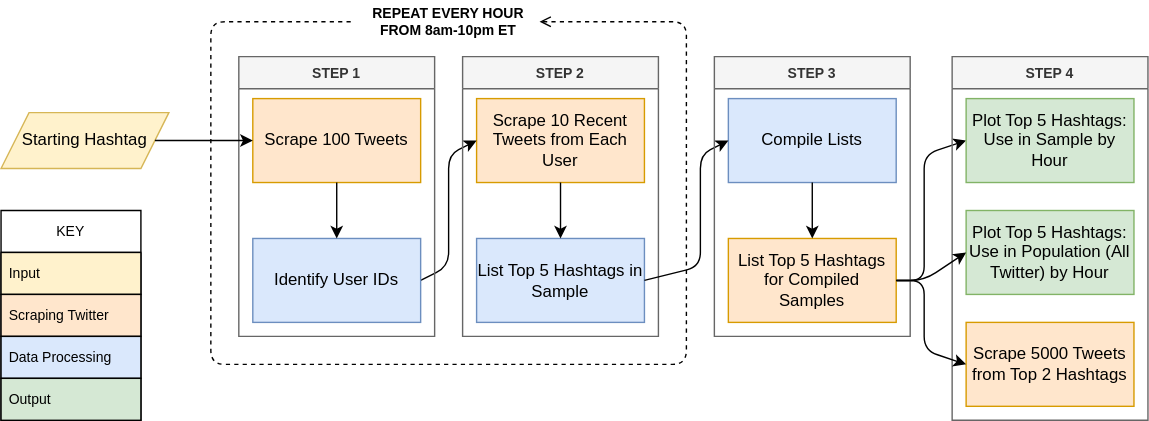
tmills107/PopHashtagIdentify keeps this draw.io diagram as auotmation_diagram.drawio.svg. Above is the earlier version. Source tidied: cells renumbered, new cells last; positions are measured from the earlier drawing's top-left corner, leaving out a move shared by most shapes.
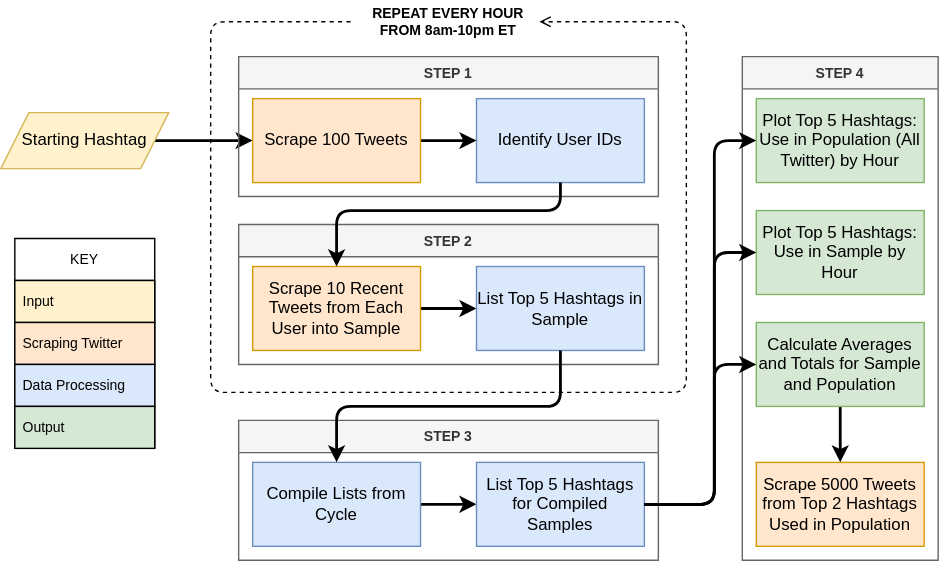
After the commit.

Diff of the diagram source:
```diff
@@ -2,119 +2,76 @@
   <root>
     <mxCell id="0" />
     <mxCell id="1" parent="0" />
-    <mxCell id="2" style="group;" parent="1" vertex="1">
-      <mxGeometry width="820" height="300" as="geometry" />
-    </mxCell>
+    <mxCell id="34" style="edgeStyle=none;html=1;exitX=1;exitY=0.5;exitDx=0;exitDy=0;entryX=0;entryY=0.5;entryDx=0;entryDy=0;strokeWidth=2;" parent="1" edge="1" source="3" target="5">
+      <mxGeometry relative="1" as="geometry" />
+    </mxCell>
-    <mxCell id="3" value="Starting Hashtag" style="shape=parallelogram;perimeter=parallelogramPerimeter;whiteSpace=wrap;html=1;fixedSize=1;rounded=0;fillColor=#fff2cc;strokeColor=#d6b656;" parent="2" vertex="1">
+    <mxCell id="3" value="Starting Hashtag" style="shape=parallelogram;perimeter=parallelogramPerimeter;whiteSpace=wrap;html=1;fixedSize=1;rounded=0;fillColor=#fff2cc;strokeColor=#d6b656;" parent="1" vertex="1">
       <mxGeometry y="80" width="120" height="40" as="geometry" />
     </mxCell>
-    <mxCell id="4" style="group;rounded=0;" parent="2" vertex="1">
-      <mxGeometry x="180" y="70" width="280" height="180" as="geometry" />
-    </mxCell>
-    <mxCell id="5" value="Scrape 100 Tweets" style="whiteSpace=wrap;html=1;rounded=0;fillColor=#ffe6cc;strokeColor=#d79b00;" parent="4" vertex="1">
-      <mxGeometry width="120" height="60" as="geometry" />
-    </mxCell>
+    <mxCell id="12" value="STEP 1" style="swimlane;fillColor=#f5f5f5;rounded=0;strokeColor=#666666;fontSize=10;fontColor=#333333;" parent="1" vertex="1">
+      <mxGeometry x="170" y="40" width="300" height="100" as="geometry" />
+    </mxCell>
+    <mxCell id="10" value="Identify User IDs&amp;nbsp;" style="whiteSpace=wrap;html=1;rounded=0;fillColor=#dae8fc;strokeColor=#6c8ebf;" parent="12" vertex="1">
+      <mxGeometry x="170" y="30" width="120" height="60" as="geometry" />
+    </mxCell>
+    <mxCell id="13" value="STEP 2" style="swimlane;fillColor=#f5f5f5;rounded=0;strokeColor=#666666;fontSize=10;fontColor=#333333;" parent="1" vertex="1">
+      <mxGeometry x="170" y="160" width="300" height="100" as="geometry" />
+    </mxCell>
+    <mxCell id="8" style="edgeStyle=none;html=1;exitX=1;exitY=0.5;exitDx=0;exitDy=0;entryX=0;entryY=0.5;entryDx=0;entryDy=0;strokeWidth=2;" parent="13" edge="1" source="6" target="7">
+      <mxGeometry relative="1" as="geometry" />
+    </mxCell>
-    <mxCell id="6" value="Scrape 10 Recent Tweets from Each User" style="whiteSpace=wrap;html=1;rounded=0;fillColor=#ffe6cc;strokeColor=#d79b00;" parent="4" vertex="1">
-      <mxGeometry x="160" width="120" height="60" as="geometry" />
+    <mxCell id="6" value="Scrape 10 Recent Tweets from Each User into Sample" style="whiteSpace=wrap;html=1;rounded=0;fillColor=#ffe6cc;strokeColor=#d79b00;" parent="13" vertex="1">
+      <mxGeometry x="10" y="30" width="120" height="60" as="geometry" />
     </mxCell>
-    <mxCell id="7" value="List Top 5 Hashtags in Sample" style="whiteSpace=wrap;html=1;rounded=0;fillColor=#dae8fc;strokeColor=#6c8ebf;" parent="4" vertex="1">
-      <mxGeometry x="160" y="100" width="120" height="60" as="geometry" />
+    <mxCell id="7" value="List Top 5 Hashtags in Sample" style="whiteSpace=wrap;html=1;rounded=0;fillColor=#dae8fc;strokeColor=#6c8ebf;" parent="13" vertex="1">
+      <mxGeometry x="170" y="30" width="120" height="60" as="geometry" />
     </mxCell>
-    <mxCell id="8" style="edgeStyle=none;html=1;rounded=0;" parent="4" edge="1" source="6" target="7">
-      <mxGeometry relative="1" as="geometry" />
-    </mxCell>
-    <mxCell id="9" style="edgeStyle=none;html=1;exitX=1;exitY=0.5;exitDx=0;exitDy=0;entryX=0;entryY=0.5;entryDx=0;entryDy=0;fontSize=10;" parent="4" edge="1" source="10" target="6">
-      <mxGeometry relative="1" as="geometry">
-        <Array as="points">
-          <mxPoint x="140" y="120" />
-          <mxPoint x="140" y="40" />
-        </Array>
-      </mxGeometry>
-    </mxCell>
-    <mxCell id="10" value="Identify User IDs&amp;nbsp;" style="whiteSpace=wrap;html=1;rounded=0;fillColor=#dae8fc;strokeColor=#6c8ebf;" parent="4" vertex="1">
-      <mxGeometry y="100" width="120" height="60" as="geometry" />
-    </mxCell>
-    <mxCell id="11" style="edgeStyle=none;html=1;rounded=0;" parent="4" edge="1" source="5" target="10">
-      <mxGeometry relative="1" as="geometry" />
-    </mxCell>
-    <mxCell id="12" value="STEP 1" style="swimlane;fillColor=#f5f5f5;rounded=0;strokeColor=#666666;fontSize=10;fontColor=#333333;" parent="2" vertex="1">
-      <mxGeometry x="170" y="40" width="140" height="200" as="geometry" />
-    </mxCell>
-    <mxCell id="13" value="STEP 2" style="swimlane;fillColor=#f5f5f5;rounded=0;strokeColor=#666666;fontSize=10;fontColor=#333333;" parent="2" vertex="1">
-      <mxGeometry x="330" y="40" width="140" height="200" as="geometry" />
-    </mxCell>
-    <mxCell id="14" style="edgeStyle=none;html=1;fontSize=10;entryX=1;entryY=0.5;entryDx=0;entryDy=0;dashed=1;endArrow=open;endFill=0;" parent="2" edge="1" target="15">
+    <mxCell id="14" style="edgeStyle=none;html=1;fontSize=10;entryX=1;entryY=0.5;entryDx=0;entryDy=0;dashed=1;endArrow=open;endFill=0;" parent="1" edge="1" target="15">
       <mxGeometry relative="1" as="geometry">
         <mxPoint x="250" y="15" as="sourcePoint" />
         <Array as="points">
           <mxPoint x="150" y="15" />
-          <mxPoint x="150" y="260" />
-          <mxPoint x="490" y="260" />
+          <mxPoint x="150" y="280" />
+          <mxPoint x="490" y="280" />
           <mxPoint x="490" y="15" />
         </Array>
       </mxGeometry>
     </mxCell>
-    <mxCell id="15" value="&lt;b&gt;REPEAT EVERY HOUR FROM 8am-10pm ET&lt;/b&gt;" style="text;html=1;strokeColor=none;fillColor=none;align=center;verticalAlign=middle;whiteSpace=wrap;rounded=0;fontSize=10;" parent="2" vertex="1">
+    <mxCell id="15" value="&lt;b&gt;REPEAT EVERY HOUR FROM 8am-10pm ET&lt;/b&gt;" style="text;html=1;strokeColor=none;fillColor=none;align=center;verticalAlign=middle;whiteSpace=wrap;rounded=0;fontSize=10;" parent="1" vertex="1">
       <mxGeometry x="255" width="130" height="30" as="geometry" />
     </mxCell>
+    <mxCell id="21" value="STEP 3" style="swimlane;fillColor=#f5f5f5;rounded=0;strokeColor=#666666;fontSize=10;fontColor=#333333;" parent="1" vertex="1">
+      <mxGeometry x="170" y="300" width="300" height="100" as="geometry" />
+    </mxCell>
+    <mxCell id="20" style="edgeStyle=none;html=1;exitX=1;exitY=0.5;exitDx=0;exitDy=0;entryX=0;entryY=0.5;entryDx=0;entryDy=0;strokeWidth=2;" parent="21" edge="1" source="16" target="19">
+      <mxGeometry relative="1" as="geometry" />
+    </mxCell>
-    <mxCell id="16" value="Compile Lists" style="whiteSpace=wrap;html=1;rounded=0;fillColor=#dae8fc;strokeColor=#6c8ebf;" parent="2" vertex="1">
-      <mxGeometry x="520" y="70" width="120" height="60" as="geometry" />
+    <mxCell id="16" value="Compile Lists from Cycle" style="whiteSpace=wrap;html=1;rounded=0;fillColor=#dae8fc;strokeColor=#6c8ebf;" parent="21" vertex="1">
+      <mxGeometry x="10" y="30" width="120" height="60" as="geometry" />
     </mxCell>
-    <mxCell id="17" style="edgeStyle=none;html=1;exitX=1;exitY=0.5;exitDx=0;exitDy=0;entryX=0;entryY=0.5;entryDx=0;entryDy=0;fontSize=10;" parent="2" edge="1" source="7" target="16">
-      <mxGeometry relative="1" as="geometry">
-        <Array as="points">
-          <mxPoint x="500" y="190" />
-          <mxPoint x="500" y="110" />
-        </Array>
-      </mxGeometry>
-    </mxCell>
-    <mxCell id="18" style="edgeStyle=none;html=1;entryX=0;entryY=0.5;entryDx=0;entryDy=0;fontSize=10;endArrow=classic;endFill=1;elbow=vertical;" parent="2" edge="1" target="22">
-      <mxGeometry relative="1" as="geometry">
-        <mxPoint x="640" y="200" as="sourcePoint" />
-        <Array as="points">
-          <mxPoint x="660" y="200" />
-          <mxPoint x="660" y="110" />
-        </Array>
-      </mxGeometry>
-    </mxCell>
-    <mxCell id="19" value="List Top 5 Hashtags for Compiled Samples" style="whiteSpace=wrap;html=1;rounded=0;fillColor=#ffe6cc;strokeColor=#d79b00;" parent="2" vertex="1">
-      <mxGeometry x="520" y="170" width="120" height="60" as="geometry" />
+    <mxCell id="19" value="List Top 5 Hashtags for Compiled Samples" style="whiteSpace=wrap;html=1;rounded=0;fillColor=#dae8fc;strokeColor=#6c8ebf;" parent="21" vertex="1">
+      <mxGeometry x="170" y="30" width="120" height="60" as="geometry" />
     </mxCell>
-    <mxCell id="20" style="html=1;exitX=0.5;exitY=1;exitDx=0;exitDy=0;entryX=0.5;entryY=0;entryDx=0;entryDy=0;fontSize=10;endArrow=classic;endFill=1;elbow=vertical;" parent="2" edge="1" source="16" target="19">
-      <mxGeometry relative="1" as="geometry" />
-    </mxCell>
-    <mxCell id="21" value="STEP 3" style="swimlane;fillColor=#f5f5f5;rounded=0;strokeColor=#666666;fontSize=10;fontColor=#333333;" parent="2" vertex="1">
-      <mxGeometry x="510" y="40" width="140" height="200" as="geometry" />
-    </mxCell>
-    <mxCell id="22" value="Plot Top 5 Hashtags: Use in Sample by Hour" style="whiteSpace=wrap;html=1;rounded=0;fillColor=#d5e8d4;strokeColor=#82b366;" parent="2" vertex="1">
-      <mxGeometry x="690" y="70" width="120" height="60" as="geometry" />
-    </mxCell>
-    <mxCell id="23" value="STEP 4" style="swimlane;fillColor=#f5f5f5;rounded=0;strokeColor=#666666;fontSize=10;fontColor=#333333;" parent="2" vertex="1">
-      <mxGeometry x="680" y="40" width="140" height="260" as="geometry" />
+    <mxCell id="23" value="STEP 4" style="swimlane;fillColor=#f5f5f5;rounded=0;strokeColor=#666666;fontSize=10;fontColor=#333333;" parent="1" vertex="1">
+      <mxGeometry x="530" y="40" width="140" height="360" as="geometry" />
     </mxCell>
-    <mxCell id="24" value="Scrape 5000 Tweets from Top 2 Hashtags" style="whiteSpace=wrap;html=1;rounded=0;fillColor=#ffe6cc;strokeColor=#d79b00;" parent="23" vertex="1">
-      <mxGeometry x="10" y="190" width="120" height="60" as="geometry" />
+    <mxCell id="24" value="Scrape 5000 Tweets from Top 2 Hashtags Used in Population" style="whiteSpace=wrap;html=1;rounded=0;fillColor=#ffe6cc;strokeColor=#d79b00;" parent="23" vertex="1">
+      <mxGeometry x="10" y="290" width="120" height="60" as="geometry" />
     </mxCell>
     <mxCell id="25" value="Plot Top 5 Hashtags:&lt;br&gt;Use in Population (All Twitter) by Hour&amp;nbsp;" style="whiteSpace=wrap;html=1;rounded=0;fillColor=#d5e8d4;strokeColor=#82b366;" parent="23" vertex="1">
-      <mxGeometry x="10" y="110" width="120" height="60" as="geometry" />
+      <mxGeometry x="10" y="30" width="120" height="60" as="geometry" />
     </mxCell>
-    <mxCell id="26" style="edgeStyle=none;html=1;exitX=1;exitY=0.5;exitDx=0;exitDy=0;entryX=0;entryY=0.5;entryDx=0;entryDy=0;fontSize=10;endArrow=classic;endFill=1;elbow=vertical;" parent="2" edge="1" source="19" target="24">
-      <mxGeometry relative="1" as="geometry">
-        <Array as="points">
-          <mxPoint x="660" y="200" />
-          <mxPoint x="660" y="250" />
-        </Array>
-      </mxGeometry>
-    </mxCell>
-    <mxCell id="27" style="edgeStyle=none;html=1;exitX=1;exitY=0.5;exitDx=0;exitDy=0;entryX=0;entryY=0.5;entryDx=0;entryDy=0;fontSize=10;endArrow=classic;endFill=1;elbow=vertical;" parent="2" edge="1" source="19" target="25">
-      <mxGeometry relative="1" as="geometry">
-        <Array as="points">
-          <mxPoint x="660" y="200" />
-        </Array>
-      </mxGeometry>
-    </mxCell>
+    <mxCell id="22" value="Plot Top 5 Hashtags: Use in Sample by Hour" style="whiteSpace=wrap;html=1;rounded=0;fillColor=#d5e8d4;strokeColor=#82b366;" parent="23" vertex="1">
+      <mxGeometry x="10" y="110" width="120" height="60" as="geometry" />
+    </mxCell>
+    <mxCell id="35" style="edgeStyle=none;html=1;exitX=0.5;exitY=1;exitDx=0;exitDy=0;entryX=0.5;entryY=0;entryDx=0;entryDy=0;strokeWidth=2;" parent="23" edge="1" source="36" target="24">
+      <mxGeometry relative="1" as="geometry" />
+    </mxCell>
+    <mxCell id="36" value="Calculate Averages and Totals for Sample and Population&amp;nbsp;" style="whiteSpace=wrap;html=1;rounded=0;fillColor=#d5e8d4;strokeColor=#82b366;" parent="23" vertex="1">
+      <mxGeometry x="10" y="190" width="120" height="60" as="geometry" />
+    </mxCell>
-    <mxCell id="28" value="KEY" style="swimlane;fontStyle=0;horizontal=1;startSize=30;rounded=0;fontSize=10;fillColor=none;strokeColor=#000000;" parent="2" vertex="1">
-      <mxGeometry y="150" width="100" height="150" as="geometry" />
+    <mxCell id="28" value="KEY" style="swimlane;fontStyle=0;horizontal=1;startSize=30;rounded=0;fontSize=10;fillColor=none;strokeColor=#000000;" parent="1" vertex="1">
+      <mxGeometry x="10" y="170" width="100" height="150" as="geometry" />
     </mxCell>
     <mxCell id="29" value="Input " style="text;strokeColor=default;fillColor=#fff2cc;align=left;verticalAlign=middle;spacingLeft=4;spacingRight=4;overflow=hidden;rounded=0;fontSize=10;" parent="28" vertex="1">
       <mxGeometry y="30" width="100" height="30" as="geometry" />
@@ -128,10 +85,51 @@
     <mxCell id="32" value="Output" style="text;strokeColor=#000000;fillColor=#d5e8d4;align=left;verticalAlign=middle;spacingLeft=4;spacingRight=4;overflow=hidden;rounded=0;fontSize=10;" parent="28" vertex="1">
       <mxGeometry y="120" width="100" height="30" as="geometry" />
     </mxCell>
-    <mxCell id="33" style="edgeStyle=none;html=1;exitX=1;exitY=0.5;exitDx=0;exitDy=0;fontSize=10;endArrow=classic;endFill=1;elbow=vertical;" parent="1" edge="1" source="3">
-      <mxGeometry relative="1" as="geometry">
-        <mxPoint x="180" y="100" as="targetPoint" />
-      </mxGeometry>
-    </mxCell>
+    <mxCell id="11" style="edgeStyle=none;html=1;exitX=1;exitY=0.5;exitDx=0;exitDy=0;entryX=0;entryY=0.5;entryDx=0;entryDy=0;strokeWidth=2;" parent="1" edge="1" source="5" target="10">
+      <mxGeometry relative="1" as="geometry" />
+    </mxCell>
+    <mxCell id="5" value="Scrape 100 Tweets" style="whiteSpace=wrap;html=1;rounded=0;fillColor=#ffe6cc;strokeColor=#d79b00;" parent="1" vertex="1">
+      <mxGeometry x="180" y="70" width="120" height="60" as="geometry" />
+    </mxCell>
+    <mxCell id="9" style="edgeStyle=none;html=1;exitX=0.5;exitY=1;exitDx=0;exitDy=0;entryX=0.5;entryY=0;entryDx=0;entryDy=0;strokeWidth=2;" parent="1" edge="1" source="10" target="6">
+      <mxGeometry relative="1" as="geometry">
+        <Array as="points">
+          <mxPoint x="400" y="150" />
+          <mxPoint x="240" y="150" />
+        </Array>
+      </mxGeometry>
+    </mxCell>
+    <mxCell id="17" style="edgeStyle=none;html=1;exitX=0.5;exitY=1;exitDx=0;exitDy=0;entryX=0.5;entryY=0;entryDx=0;entryDy=0;strokeWidth=2;" parent="1" edge="1" source="7" target="16">
+      <mxGeometry relative="1" as="geometry">
+        <Array as="points">
+          <mxPoint x="400" y="290" />
+          <mxPoint x="240" y="290" />
+        </Array>
+      </mxGeometry>
+    </mxCell>
+    <mxCell id="27" style="edgeStyle=none;html=1;exitX=1;exitY=0.5;exitDx=0;exitDy=0;entryX=0;entryY=0.5;entryDx=0;entryDy=0;strokeWidth=2;" parent="1" edge="1" source="19" target="25">
+      <mxGeometry relative="1" as="geometry">
+        <Array as="points">
+          <mxPoint x="510" y="360" />
+          <mxPoint x="510" y="100" />
+        </Array>
+      </mxGeometry>
+    </mxCell>
+    <mxCell id="37" style="edgeStyle=none;html=1;exitX=1;exitY=0.5;exitDx=0;exitDy=0;entryX=0;entryY=0.5;entryDx=0;entryDy=0;strokeWidth=2;" parent="1" edge="1" source="19" target="22">
+      <mxGeometry relative="1" as="geometry">
+        <Array as="points">
+          <mxPoint x="510" y="360" />
+          <mxPoint x="510" y="180" />
+        </Array>
+      </mxGeometry>
+    </mxCell>
+    <mxCell id="38" style="edgeStyle=none;html=1;exitX=1;exitY=0.5;exitDx=0;exitDy=0;entryX=0;entryY=0.5;entryDx=0;entryDy=0;strokeWidth=2;" parent="1" edge="1" source="19" target="36">
+      <mxGeometry relative="1" as="geometry">
+        <Array as="points">
+          <mxPoint x="510" y="360" />
+          <mxPoint x="510" y="260" />
+        </Array>
+      </mxGeometry>
+    </mxCell>
   </root>
 </mxGraphModel>
```
